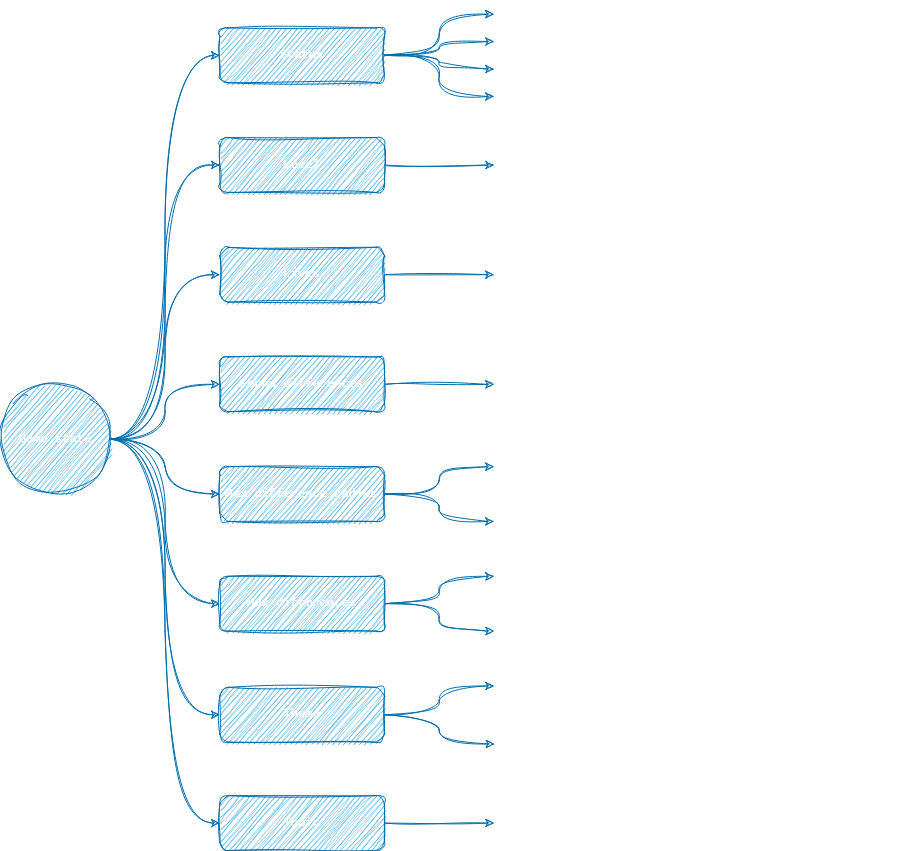
The draw.io diagram ftd-game-state.png in vasilyoshev/ai-assistant, before a commit. Source tidied: cells renumbered, new cells last; positions are measured from the earlier drawing's top-left corner, leaving out a move shared by most shapes.
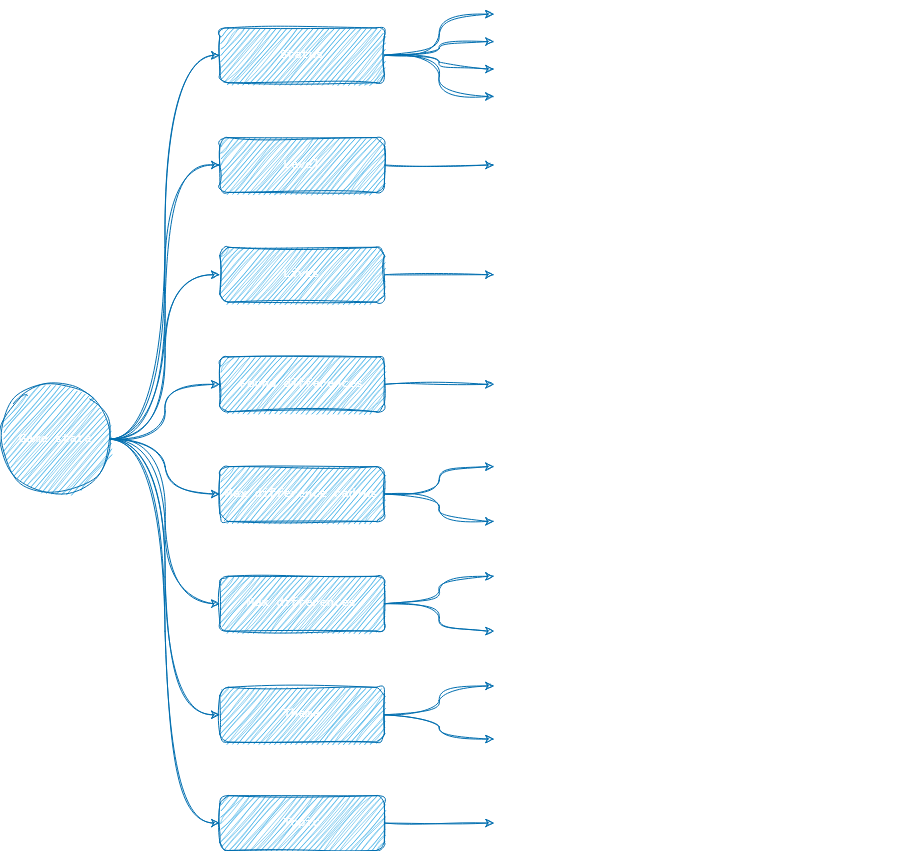
Above is the later version.

Change to the diagram source:
```diff
@@ -128,10 +128,10 @@
     <mxCell id="43" value="One of 10 predefined themes" style="text;html=1;align=left;verticalAlign=middle;whiteSpace=wrap;rounded=0;fontFamily=Lucida Console;fontColor=#FFFFFF;" parent="1" vertex="1">
       <mxGeometry x="493.5" y="658.1" width="342.7" height="54.8" as="geometry" />
     </mxCell>
-    <mxCell id="44" value="&lt;div&gt;DigitalArt&lt;span style=&quot;background-color: initial;&quot;&gt;,&amp;nbsp;&lt;/span&gt;&lt;span style=&quot;background-color: initial;&quot;&gt;Model3D&lt;/span&gt;&lt;span style=&quot;background-color: initial;&quot;&gt;,&amp;nbsp;&lt;/span&gt;&lt;span style=&quot;background-color: initial;&quot;&gt;Anime&lt;/span&gt;&lt;span style=&quot;background-color: initial;&quot;&gt;,&amp;nbsp;&lt;/span&gt;&lt;span style=&quot;background-color: initial;&quot;&gt;ComicBook&lt;/span&gt;&lt;span style=&quot;background-color: initial;&quot;&gt;,&amp;nbsp;&lt;/span&gt;&lt;span style=&quot;background-color: initial;&quot;&gt;FantasyArt&lt;/span&gt;&lt;span style=&quot;background-color: initial;&quot;&gt;,&lt;/span&gt;&lt;/div&gt;&lt;div&gt;&lt;span style=&quot;background-color: initial;&quot;&gt;Neonpunk&lt;/span&gt;&lt;span style=&quot;background-color: initial;&quot;&gt;,&amp;nbsp;&lt;/span&gt;&lt;span style=&quot;background-color: initial;&quot;&gt;Origami&lt;/span&gt;&lt;span style=&quot;background-color: initial;&quot;&gt;,&amp;nbsp;&lt;/span&gt;&lt;span style=&quot;background-color: initial;&quot;&gt;PixelArt&lt;/span&gt;&lt;span style=&quot;background-color: initial;&quot;&gt;,&amp;nbsp;&lt;/span&gt;&lt;span style=&quot;background-color: initial;&quot;&gt;AbstractExpressionism,&amp;nbsp;&lt;/span&gt;&lt;span style=&quot;background-color: initial;&quot;&gt;Cubist&lt;/span&gt;&lt;/div&gt;" style="text;html=1;align=left;verticalAlign=middle;whiteSpace=wrap;rounded=0;fontFamily=Lucida Console;fontColor=#FFFFFF;" parent="1" vertex="1">
+    <mxCell id="44" value="&lt;div&gt;DigitalArt&lt;span style=&quot;background-color: initial;&quot;&gt;,&amp;nbsp;&lt;/span&gt;&lt;span style=&quot;background-color: initial;&quot;&gt;Model3D&lt;/span&gt;&lt;span style=&quot;background-color: initial;&quot;&gt;,&amp;nbsp;&lt;/span&gt;&lt;span style=&quot;background-color: initial;&quot;&gt;Anime&lt;/span&gt;&lt;span style=&quot;background-color: initial;&quot;&gt;,&amp;nbsp;&lt;/span&gt;&lt;span style=&quot;background-color: initial;&quot;&gt;ComicBook&lt;/span&gt;&lt;span style=&quot;background-color: initial;&quot;&gt;,&lt;/span&gt;&lt;/div&gt;&lt;div&gt;&lt;span style=&quot;background-color: initial;&quot;&gt;FantasyArt&lt;/span&gt;&lt;span style=&quot;background-color: initial;&quot;&gt;,&amp;nbsp;&lt;/span&gt;&lt;span style=&quot;background-color: initial;&quot;&gt;Neonpunk&lt;/span&gt;&lt;span style=&quot;background-color: initial;&quot;&gt;,&amp;nbsp;&lt;/span&gt;&lt;span style=&quot;background-color: initial;&quot;&gt;Origami&lt;/span&gt;&lt;span style=&quot;background-color: initial;&quot;&gt;,&amp;nbsp;&lt;/span&gt;&lt;span style=&quot;background-color: initial;&quot;&gt;PixelArt&lt;/span&gt;&lt;span style=&quot;background-color: initial;&quot;&gt;,&lt;/span&gt;&lt;/div&gt;&lt;div&gt;&lt;span style=&quot;background-color: initial;&quot;&gt;AbstractExpressionism,&amp;nbsp;&lt;/span&gt;&lt;span style=&quot;background-color: initial;&quot;&gt;Cubist&lt;/span&gt;&lt;/div&gt;" style="text;html=1;align=left;verticalAlign=middle;whiteSpace=wrap;rounded=0;fontFamily=Lucida Console;fontColor=#FFFFFF;" parent="1" vertex="1">
       <mxGeometry x="493.5" y="712.9" width="397.6" height="54.8" as="geometry" />
     </mxCell>
-    <mxCell id="45" style="edgeStyle=orthogonalEdgeStyle;rounded=0;sketch=1;hachureGap=4;jiggle=2;curveFitting=1;jettySize=auto;html=1;entryX=0.001;entryY=0.558;entryDx=0;entryDy=0;entryPerimeter=0;fontFamily=Lucida Console;curved=1;fontColor=#000000;fillColor=#1ba1e2;strokeColor=#006EAF;" parent="1" edge="1" source="27" target="44">
+    <mxCell id="45" style="edgeStyle=orthogonalEdgeStyle;rounded=0;sketch=1;hachureGap=4;jiggle=2;curveFitting=1;jettySize=auto;html=1;entryX=0;entryY=0.468;entryDx=0;entryDy=0;entryPerimeter=0;fontFamily=Lucida Console;curved=1;fontColor=#000000;fillColor=#1ba1e2;strokeColor=#006EAF;" parent="1" edge="1" source="27" target="44">
       <mxGeometry relative="1" as="geometry" />
     </mxCell>
     <mxCell id="46" value="Set by user input on the Level intro screen" style="text;html=1;align=left;verticalAlign=middle;whiteSpace=wrap;rounded=0;fontFamily=Lucida Console;fontColor=#FFFFFF;" parent="1" vertex="1">
```
